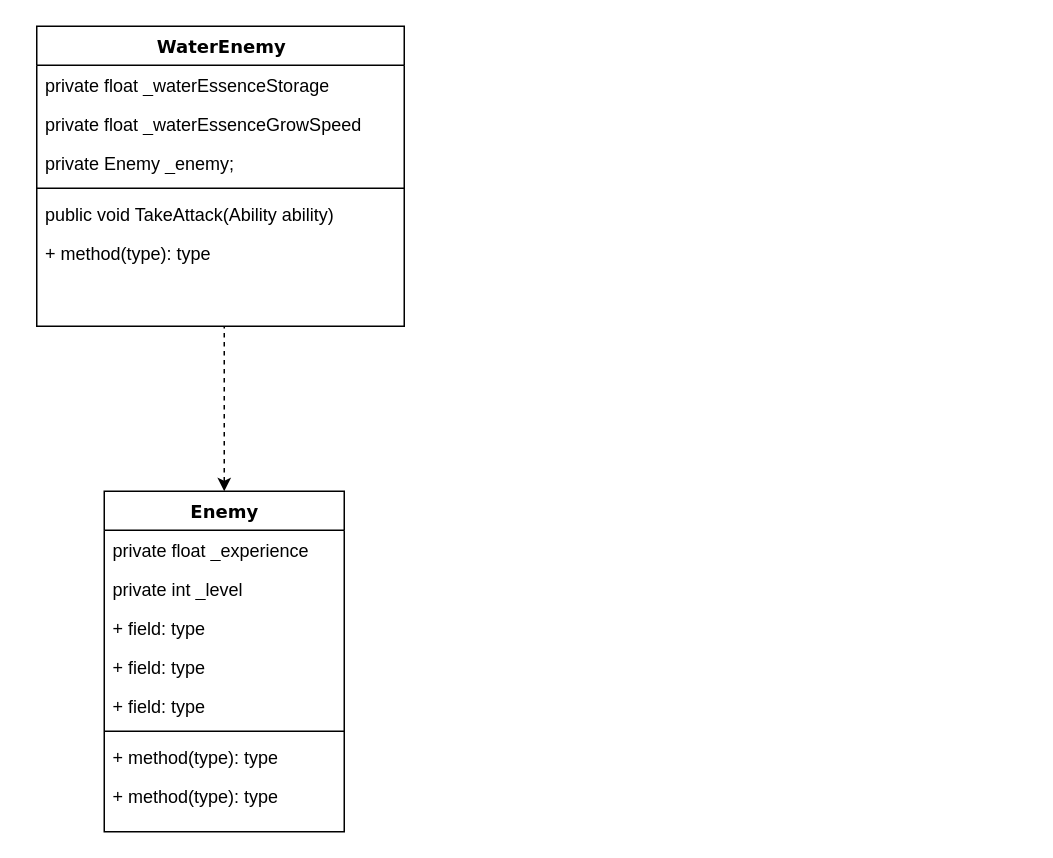
This is Untitled Diagram.drawio from illiden228/Diagrams, a draw.io file, before an edit. Source tidied: cells renumbered, new cells numbered last; positions are measured from the earlier drawing's top-left corner, leaving out a move shared by most shapes. Both pictures are drawn from the tidied source at 150%, with x=0, y=0 at pixel (36, 26).
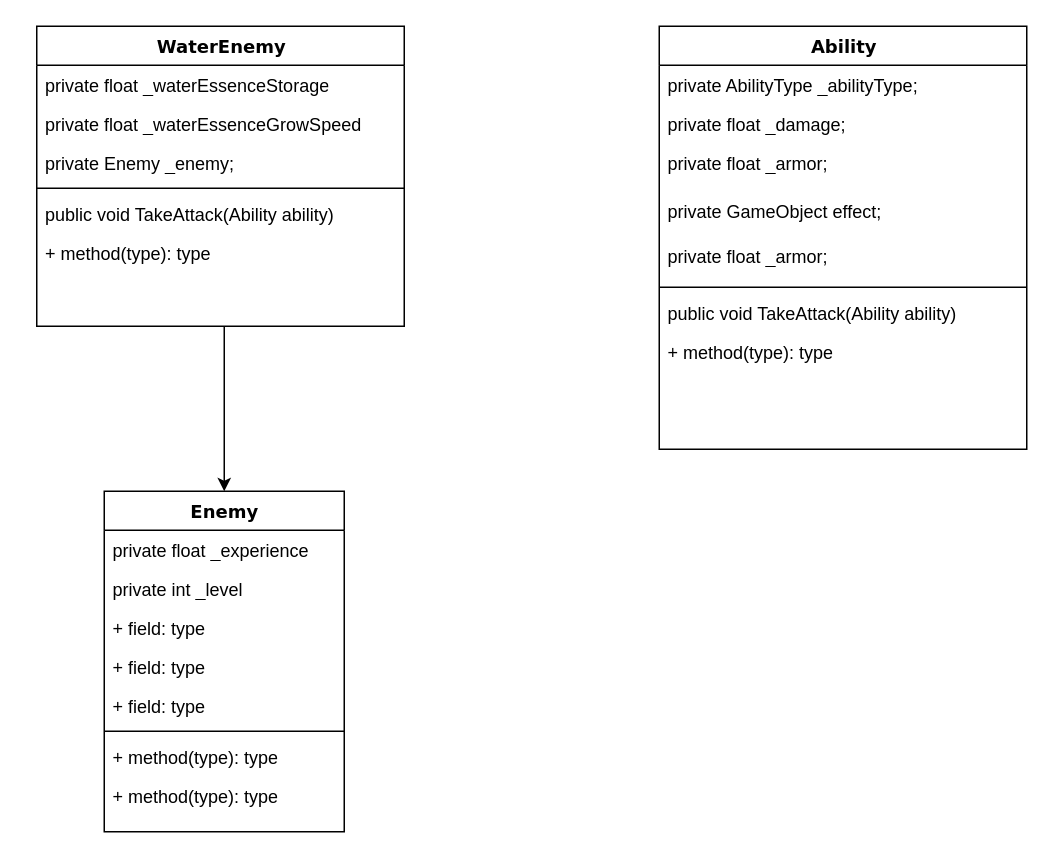
The same diagram, later.

The change refers to these unchanged cells:
```xml
<mxCell id="3" value="Enemy" style="swimlane;html=1;fontStyle=1;align=center;verticalAlign=top;horizontal=1;startSize=26;swimlaneFillColor=#ffffff;rounded=0;shadow=0;comic=0;labelBackgroundColor=none;strokeWidth=1;fillColor=none;fontFamily=Verdana;fontSize=12;" parent="1" vertex="1">
  <mxGeometry x="45" y="310" width="160" height="227" as="geometry" />
</mxCell>
```

Diff of the diagram source:
```diff
@@
-    <mxCell id="2" style="edgeStyle=orthogonalEdgeStyle;rounded=0;jettySize=auto;html=1;entryX=0.5;entryY=0;entryDx=0;entryDy=0;dashed=1;" parent="1" edge="1" target="3">
+    <mxCell id="2" style="edgeStyle=orthogonalEdgeStyle;rounded=0;jettySize=auto;html=1;entryX=0.5;entryY=0;entryDx=0;entryDy=0;" parent="1" edge="1" target="3">
       <mxGeometry relative="1" as="geometry">
         <mxPoint y="143" as="sourcePoint" />
       </mxGeometry>
     </mxCell>
@@
+    <mxCell id="19" value="Ability" style="swimlane;html=1;fontStyle=1;align=center;verticalAlign=top;horizontal=1;startSize=26;swimlaneFillColor=#ffffff;rounded=0;shadow=0;comic=0;labelBackgroundColor=none;strokeWidth=1;fillColor=none;fontFamily=Verdana;fontSize=12;" parent="1" vertex="1">
+      <mxGeometry x="415" width="245" height="282" as="geometry" />
+    </mxCell>
+    <mxCell id="20" value="private AbilityType _abilityType;" style="text;html=1;strokeColor=none;fillColor=none;align=left;verticalAlign=top;spacingLeft=4;spacingRight=4;whiteSpace=wrap;overflow=hidden;" parent="19" vertex="1">
+      <mxGeometry y="26" width="245" height="26" as="geometry" />
+    </mxCell>
+    <mxCell id="21" value="private float _damage;" style="text;html=1;strokeColor=none;fillColor=none;align=left;verticalAlign=top;spacingLeft=4;spacingRight=4;whiteSpace=wrap;overflow=hidden;" parent="19" vertex="1">
+      <mxGeometry y="52" width="245" height="26" as="geometry" />
+    </mxCell>
+    <mxCell id="22" value="private float _armor;" style="text;html=1;strokeColor=none;fillColor=none;align=left;verticalAlign=top;spacingLeft=4;spacingRight=4;whiteSpace=wrap;overflow=hidden;" parent="19" vertex="1">
+      <mxGeometry y="78" width="245" height="32" as="geometry" />
+    </mxCell>
+    <mxCell id="23" value="private GameObject effect;" style="text;html=1;strokeColor=none;fillColor=none;align=left;verticalAlign=top;spacingLeft=4;spacingRight=4;whiteSpace=wrap;overflow=hidden;" parent="19" vertex="1">
+      <mxGeometry y="110" width="245" height="30" as="geometry" />
+    </mxCell>
+    <mxCell id="24" value="private float _armor;" style="text;html=1;strokeColor=none;fillColor=none;align=left;verticalAlign=top;spacingLeft=4;spacingRight=4;whiteSpace=wrap;overflow=hidden;" parent="19" vertex="1">
+      <mxGeometry y="140" width="245" height="30" as="geometry" />
+    </mxCell>
+    <mxCell id="25" style="line;html=1;strokeWidth=1;fillColor=none;align=left;verticalAlign=middle;spacingTop=-1;spacingLeft=3;spacingRight=3;labelPosition=right;" parent="19" vertex="1">
+      <mxGeometry y="170" width="245" height="8" as="geometry" />
+    </mxCell>
+    <mxCell id="26" value="public void TakeAttack(Ability ability)" style="text;html=1;strokeColor=none;fillColor=none;align=left;verticalAlign=top;spacingLeft=4;spacingRight=4;whiteSpace=wrap;overflow=hidden;" parent="19" vertex="1">
+      <mxGeometry y="178" width="245" height="26" as="geometry" />
+    </mxCell>
+    <mxCell id="27" value="+ method(type): type" style="text;html=1;strokeColor=none;fillColor=none;align=left;verticalAlign=top;spacingLeft=4;spacingRight=4;whiteSpace=wrap;overflow=hidden;" parent="19" vertex="1">
+      <mxGeometry y="204" width="245" height="26" as="geometry" />
+    </mxCell>
```
